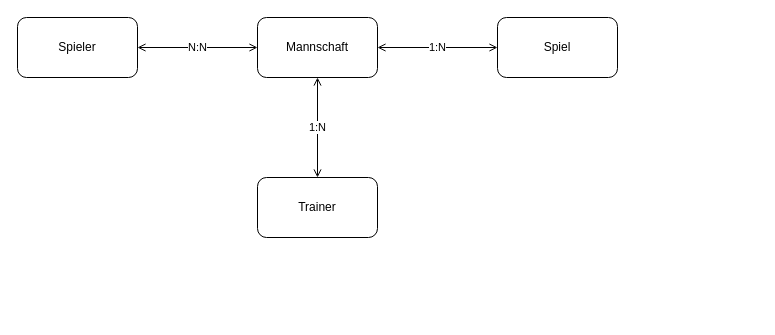
Before: KN-C-01/konzeptionell.drawio in FelipeSpiderman/M165, a draw.io diagram. Source tidied: cells renumbered, new cells numbered last; positions are measured from the earlier drawing's top-left corner, leaving out a move shared by most shapes. Both pictures are drawn from the tidied source at 100%, with x=0, y=0 at pixel (17, 17).
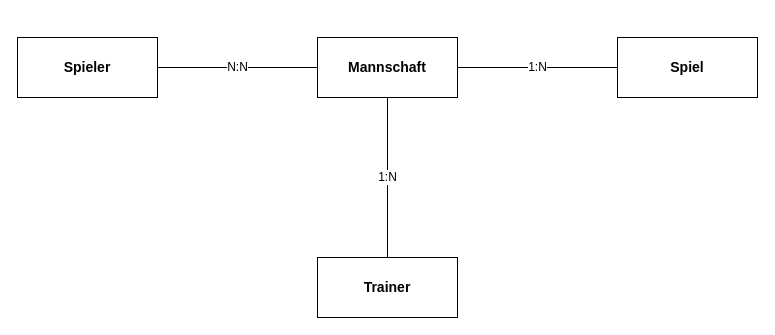
The same diagram, later.

Diff of the diagram source:
```diff
@@
 <mxGraphModel>
   <root>
     <mxCell id="0" />
     <mxCell id="1" parent="0" />
-    <mxCell id="2" value="Spieler" style="rounded=1;whiteSpace=wrap;html=1;" parent="1" vertex="1">
-      <mxGeometry width="120" height="60" as="geometry" />
+    <mxCell id="2" value="Spieler" style="rounded=0;whiteSpace=wrap;html=1;fillColor=none;strokeColor=#000000;fontColor=#000000;fontSize=14;fontStyle=1;align=center;verticalAlign=middle;" parent="1" vertex="1">
+      <mxGeometry y="20" width="140" height="60" as="geometry" />
     </mxCell>
-    <mxCell id="3" value="Mannschaft" style="rounded=1;whiteSpace=wrap;html=1;" parent="1" vertex="1">
-      <mxGeometry x="240" width="120" height="60" as="geometry" />
+    <mxCell id="3" value="Mannschaft" style="rounded=0;whiteSpace=wrap;html=1;fillColor=none;strokeColor=#000000;fontColor=#000000;fontSize=14;fontStyle=1;align=center;verticalAlign=middle;" parent="1" vertex="1">
+      <mxGeometry x="300" y="20" width="140" height="60" as="geometry" />
     </mxCell>
-    <mxCell id="4" value="Spiel" style="rounded=1;whiteSpace=wrap;html=1;" parent="1" vertex="1">
-      <mxGeometry x="480" width="120" height="60" as="geometry" />
+    <mxCell id="4" value="Spiel" style="rounded=0;whiteSpace=wrap;html=1;fillColor=none;strokeColor=#000000;fontColor=#000000;fontSize=14;fontStyle=1;align=center;verticalAlign=middle;" parent="1" vertex="1">
+      <mxGeometry x="600" y="20" width="140" height="60" as="geometry" />
     </mxCell>
-    <mxCell id="5" value="Trainer" style="rounded=1;whiteSpace=wrap;html=1;" parent="1" vertex="1">
-      <mxGeometry x="240" y="160" width="120" height="60" as="geometry" />
+    <mxCell id="5" value="Trainer" style="rounded=0;whiteSpace=wrap;html=1;fillColor=none;strokeColor=#000000;fontColor=#000000;fontSize=14;fontStyle=1;align=center;verticalAlign=middle;" parent="1" vertex="1">
+      <mxGeometry x="300" y="240" width="140" height="60" as="geometry" />
     </mxCell>
-    <mxCell id="6" value="N:N" style="edgeStyle=orthogonalEdgeStyle;rounded=0;html=1;endArrow=open;endFill=0;startArrow=open;startFill=0;" parent="1" edge="1" source="2" target="3">
+    <mxCell id="6" value="N:N" style="edgeStyle=orthogonalEdgeStyle;rounded=0;html=1;endArrow=none;startArrow=none;strokeColor=#000000;fontColor=#000000;fontSize=12;exitX=1;exitY=0.5;exitDx=0;exitDy=0;entryX=0;entryY=0.5;entryDx=0;entryDy=0;" parent="1" edge="1" source="2" target="3">
       <mxGeometry relative="1" as="geometry" />
     </mxCell>
-    <mxCell id="7" value="1:N" style="edgeStyle=orthogonalEdgeStyle;rounded=0;html=1;endArrow=open;endFill=0;startArrow=open;startFill=0;" parent="1" edge="1" source="3" target="4">
+    <mxCell id="7" value="1:N" style="edgeStyle=orthogonalEdgeStyle;rounded=0;html=1;endArrow=none;startArrow=none;strokeColor=#000000;fontColor=#000000;fontSize=12;exitX=1;exitY=0.5;exitDx=0;exitDy=0;entryX=0;entryY=0.5;entryDx=0;entryDy=0;" parent="1" edge="1" source="3" target="4">
       <mxGeometry relative="1" as="geometry" />
     </mxCell>
-    <mxCell id="8" value="1:N" style="edgeStyle=orthogonalEdgeStyle;rounded=0;html=1;endArrow=open;endFill=0;startArrow=open;startFill=0;" parent="1" edge="1" source="5" target="3">
+    <mxCell id="8" value="1:N" style="edgeStyle=orthogonalEdgeStyle;rounded=0;html=1;endArrow=none;startArrow=none;strokeColor=#000000;fontColor=#000000;fontSize=12;exitX=0.5;exitY=0;exitDx=0;exitDy=0;entryX=0.5;entryY=1;entryDx=0;entryDy=0;" parent="1" edge="1" source="5" target="3">
       <mxGeometry relative="1" as="geometry" />
     </mxCell>
   </root>
 </mxGraphModel>
```
